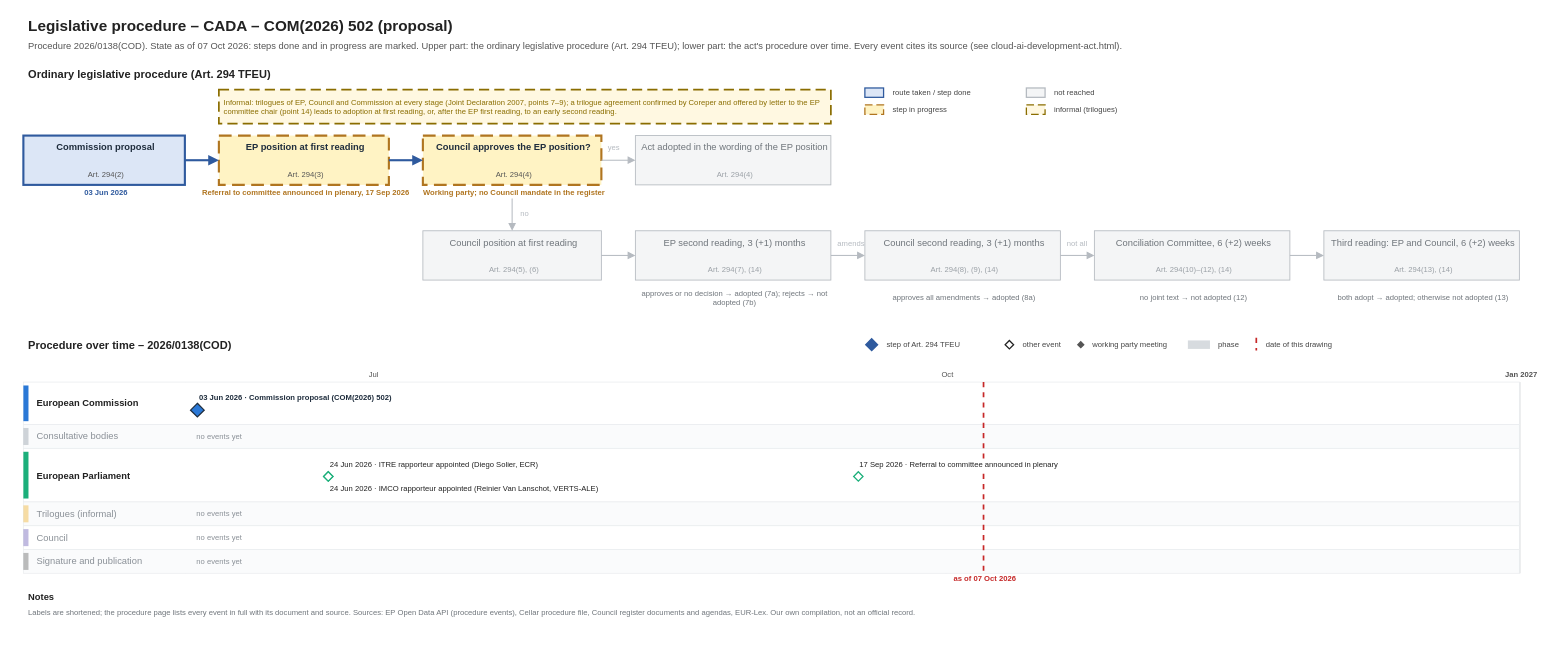
Before: procedures/cloud-ai-development-act.drawio in git-z0man/eu-regulation-timeline, a draw.io diagram. Source tidied: cells renumbered, new cells numbered last; positions are measured from the earlier drawing's top-left corner, leaving out a move shared by most shapes. Both pictures are drawn from the tidied source at 85%, with x=0, y=0 at pixel (14, 14).
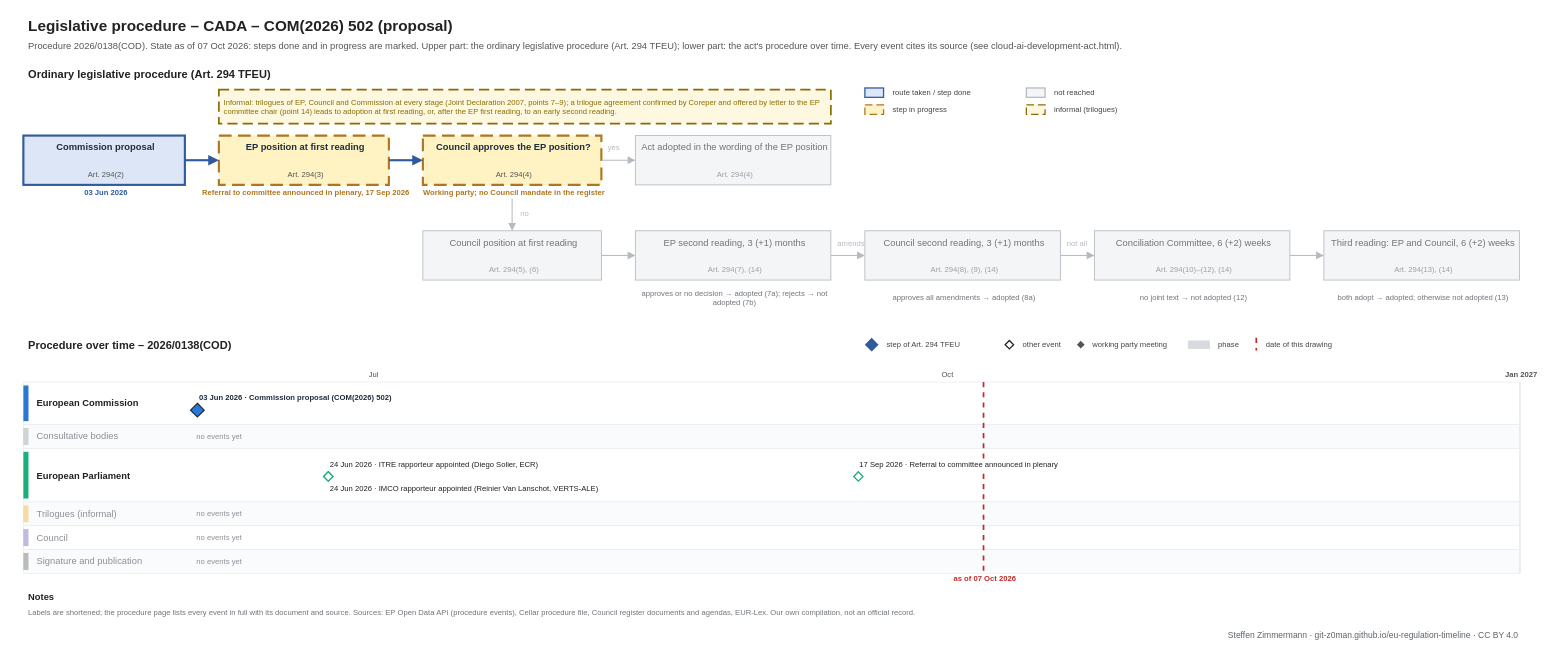
After the change.

What changed in the source:
```diff
@@
+    <mxCell id="117" value="Steffen Zimmermann · git-z0man.github.io/eu-regulation-timeline · CC BY 4.0" style="text;html=1;fontSize=10;fontColor=#5b646b;align=right;verticalAlign=middle;spacingLeft=4;" parent="1" vertex="1">
+      <mxGeometry x="10" y="721" width="1760" height="16" as="geometry" />
+    </mxCell>
```
